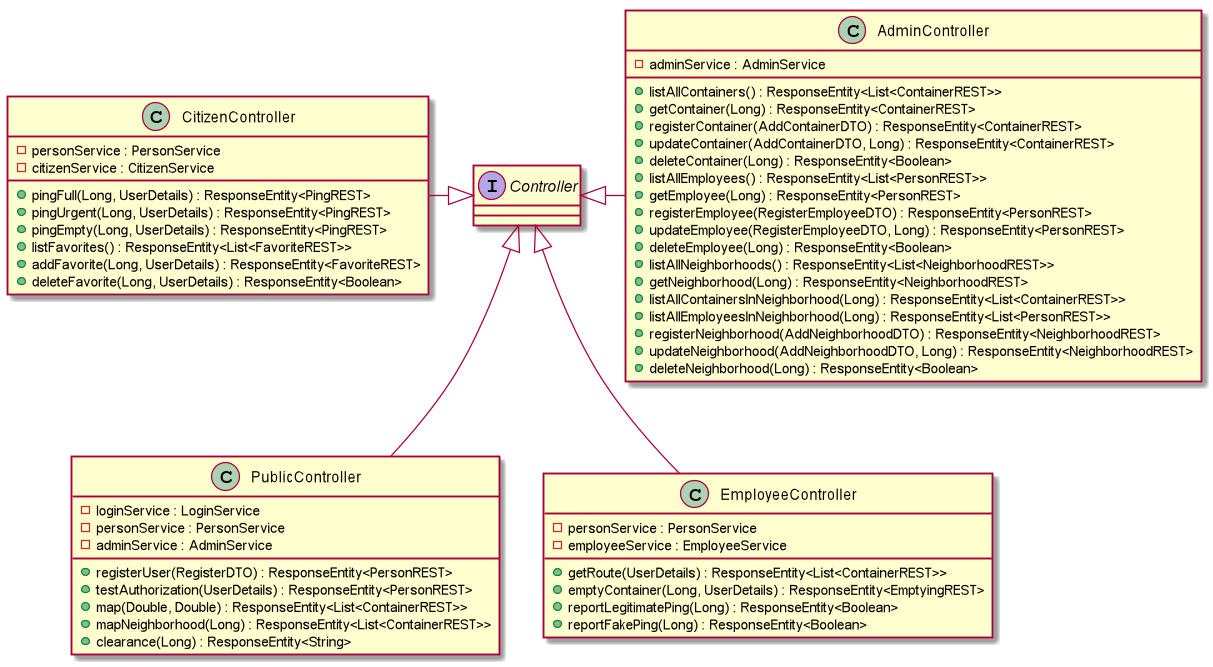
Earlier version of the PlantUML export docs/LaTeX/figures/ControllerClassDiagram.png (sskender/kombinacija).
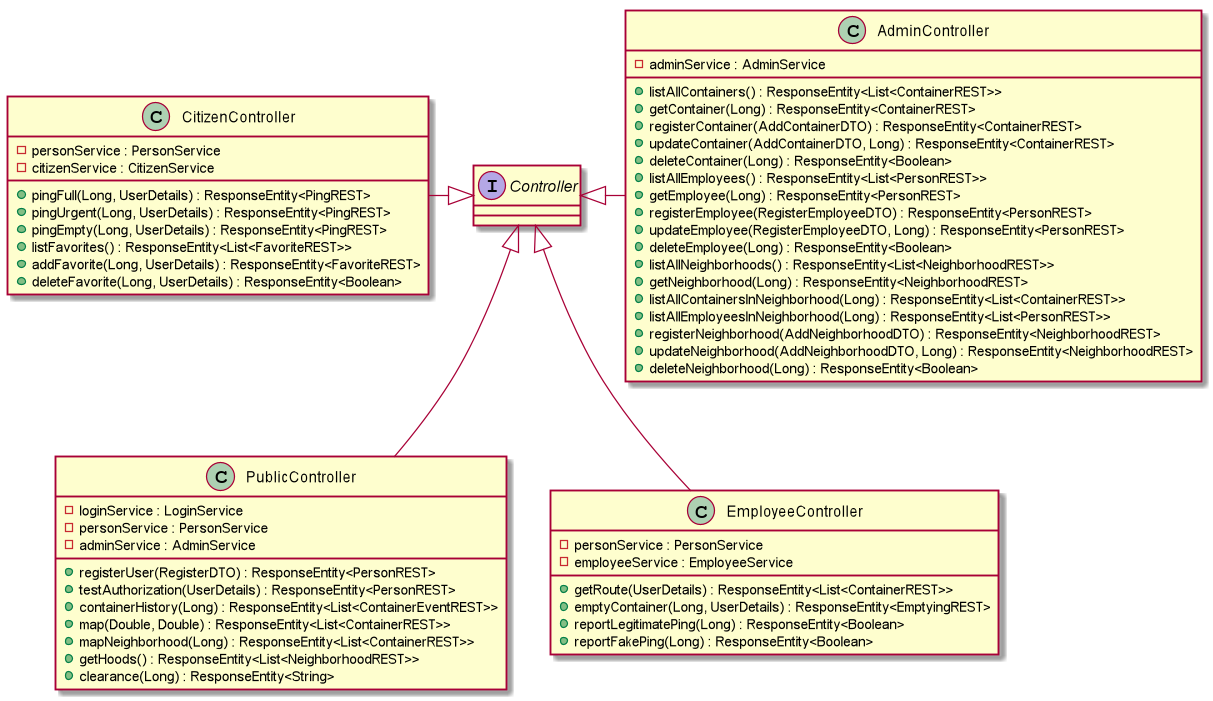
The same diagram one commit later.

Commit message:
created component diagram, updated controller class diagram

Diff of the diagram source:
```diff
@@ -6,8 +6,10 @@
     -adminService : AdminService
     +registerUser(RegisterDTO) : ResponseEntity<PersonREST>
     +testAuthorization(UserDetails) : ResponseEntity<PersonREST>
+    +containerHistory(Long) : ResponseEntity<List<ContainerEventREST>>
     +map(Double, Double) : ResponseEntity<List<ContainerREST>>
     +mapNeighborhood(Long) : ResponseEntity<List<ContainerREST>>
+    +getHoods() : ResponseEntity<List<NeighborhoodREST>>
     +clearance(Long) : ResponseEntity<String>
 }
 class AdminController {
```
